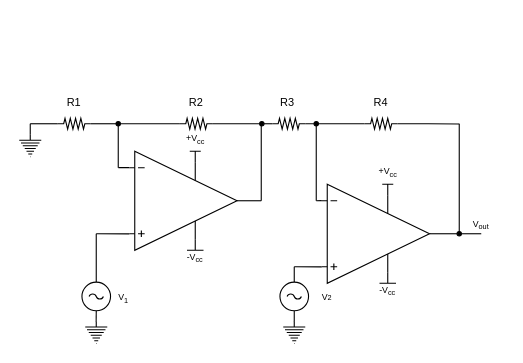
Above: EJ4/draw.io/instrum_2opamp.drawio in grupo-tc-volcan/TP3 (draw.io), before the change. Source tidied: cells renumbered, new cells numbered last; positions are measured from the earlier drawing's top-left corner, leaving out a move shared by most shapes. Both pictures are drawn from the tidied source at 110%, with x=0, y=0 at pixel (19, 90).
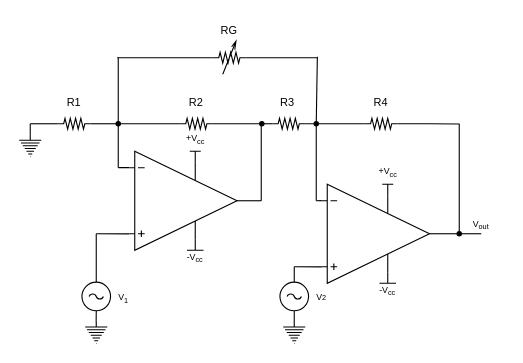
Above is the later version.

The change refers to these unchanged cells:
```xml
<mxCell id="27" style="ellipse;whiteSpace=wrap;html=1;fillColor=#000000;" parent="1" vertex="1">
  <mxGeometry x="268" y="27.9" width="4" height="4" as="geometry" />
</mxCell>
```

What changed in the source:
```diff
@@
     <mxCell id="53" value="&lt;span style=&quot;font-size: 8px&quot;&gt;V&lt;/span&gt;&lt;span style=&quot;font-size: 6.66667px&quot;&gt;2&lt;/span&gt;" style="text;html=1;strokeColor=none;fillColor=none;align=center;verticalAlign=middle;whiteSpace=wrap;rounded=0;" parent="1" vertex="1">
-      <mxGeometry x="260" y="177.2" width="40" height="20" as="geometry" />
+      <mxGeometry x="255" y="177.2" width="40" height="20" as="geometry" />
     </mxCell>
+    <mxCell id="54" style="edgeStyle=orthogonalEdgeStyle;rounded=0;jettySize=auto;html=1;exitX=1;exitY=0.5;exitDx=0;exitDy=0;exitPerimeter=0;endArrow=none;endFill=0;" parent="1" edge="1" source="55">
+      <mxGeometry relative="1" as="geometry">
+        <mxPoint x="271" y="-30" as="targetPoint" />
+      </mxGeometry>
+    </mxCell>
+    <mxCell id="55" style="verticalLabelPosition=bottom;shadow=0;dashed=0;align=center;fillColor=#ffffff;html=1;verticalAlign=top;strokeWidth=1;shape=mxgraph.electrical.resistors.variable_resistor_2;" parent="1" vertex="1">
+      <mxGeometry x="176" y="-45" width="30" height="30" as="geometry" />
+    </mxCell>
+    <mxCell id="56" style="endArrow=none;html=1;entryX=0;entryY=0.5;entryDx=0;entryDy=0;entryPerimeter=0;" parent="1" edge="1" target="55">
+      <mxGeometry relative="1" as="geometry">
+        <mxPoint x="89" y="-30" as="sourcePoint" />
+      </mxGeometry>
+    </mxCell>
+    <mxCell id="57" value="&lt;font style=&quot;font-size: 10px&quot;&gt;RG&lt;/font&gt;" style="text;html=1;strokeColor=none;fillColor=none;align=center;verticalAlign=middle;whiteSpace=wrap;rounded=0;" parent="1" vertex="1">
+      <mxGeometry x="171" y="-65" width="40" height="20" as="geometry" />
+    </mxCell>
+    <mxCell id="58" style="endArrow=none;html=1;" parent="1" edge="1">
+      <mxGeometry relative="1" as="geometry">
+        <mxPoint x="90" y="-30" as="sourcePoint" />
+        <mxPoint x="90" y="30" as="targetPoint" />
+      </mxGeometry>
+    </mxCell>
+    <mxCell id="59" style="endArrow=none;html=1;" parent="1" edge="1" source="27">
+      <mxGeometry relative="1" as="geometry">
+        <mxPoint x="271" y="-31" as="targetPoint" />
+      </mxGeometry>
+    </mxCell>
```
